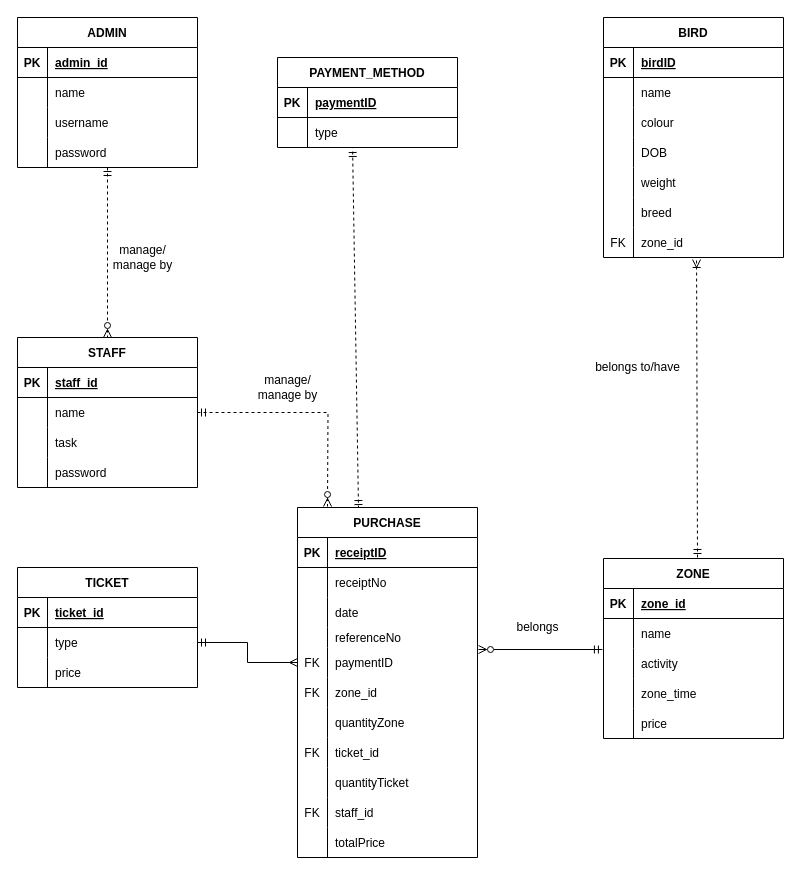
abby18abby/week-2-class-diagram keeps this draw.io diagram as page "Page-8" (1 of 8) of Exercise1ClassDiagram.drawio. Above is the earlier version. Source tidied: cells renumbered, new cells numbered last; positions are measured from the earlier drawing's top-left corner, leaving out a move shared by most shapes. Both pictures are drawn from the tidied source at 100%, with x=0, y=0 at pixel (17, 17).
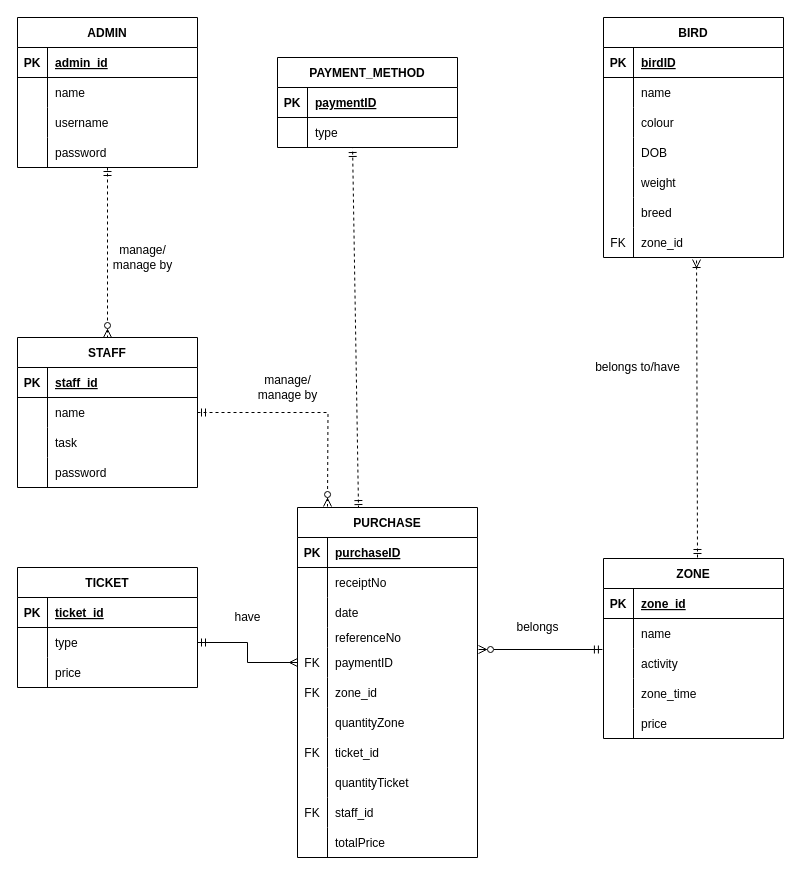
The same page after the edit.

The change refers to these unchanged cells:
```xml
<mxCell id="87" style="shape=tableRow;horizontal=0;startSize=0;swimlaneHead=0;swimlaneBody=0;fillColor=none;top=0;left=0;right=0;bottom=1;" parent="86" vertex="1">
  <mxGeometry y="30" width="180" height="30" as="geometry" />
</mxCell>
```

What changed in the source:
```diff
@@
-    <mxCell id="89" value="receiptID" style="shape=partialRectangle;fillColor=none;top=0;left=0;bottom=0;right=0;align=left;spacingLeft=6;fontStyle=5;overflow=hidden;" parent="87" vertex="1">
+    <mxCell id="89" value="purchaseID" style="shape=partialRectangle;fillColor=none;top=0;left=0;bottom=0;right=0;align=left;spacingLeft=6;fontStyle=5;overflow=hidden;" parent="87" vertex="1">
       <mxGeometry x="30" width="150" height="30" as="geometry" />
     </mxCell>
@@
+    <mxCell id="127" value="have" style="text;html=1;align=center;verticalAlign=middle;strokeColor=none;fillColor=none;" parent="1" vertex="1">
+      <mxGeometry x="210" y="590" width="40" height="20" as="geometry" />
+    </mxCell>
```
